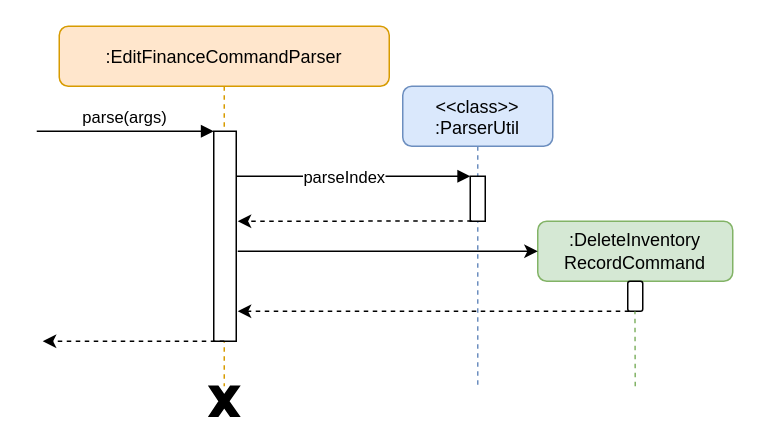
Before: docs/diagrams/logic/DeleteInventoryRecordSequenceDiagram.drawio in nus-cs2103-AY2021S1/tp, a draw.io diagram. Source tidied: cells renumbered, new cells numbered last; positions are measured from the earlier drawing's top-left corner, leaving out a move shared by most shapes. Both pictures are drawn from the tidied source at 150%, with x=0, y=0 at pixel (36, 26).
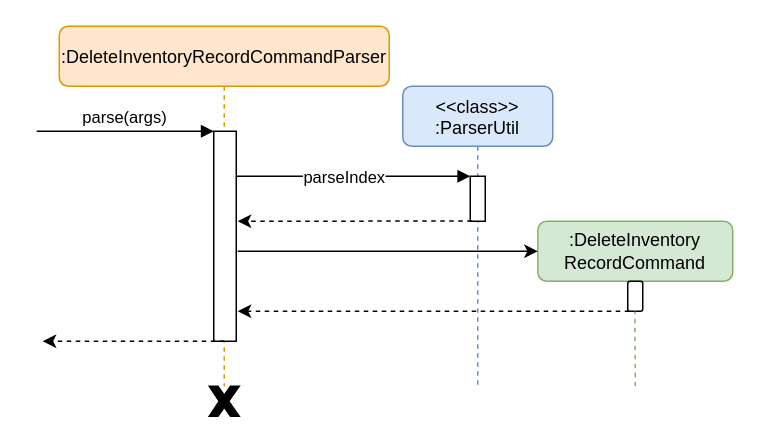
Above is the later version.

What changed in the source:
```diff
@@
-    <mxCell id="2" value=":EditFinanceCommandParser" style="shape=umlLifeline;perimeter=lifelinePerimeter;rounded=1;shadow=0;strokeWidth=1;fillColor=#ffe6cc;strokeColor=#d79b00;" parent="1" vertex="1">
+    <mxCell id="2" value=":DeleteInventoryRecordCommandParser" style="shape=umlLifeline;perimeter=lifelinePerimeter;rounded=1;shadow=0;strokeWidth=1;fillColor=#ffe6cc;strokeColor=#d79b00;" parent="1" vertex="1">
       <mxGeometry x="15" width="220" height="240" as="geometry" />
     </mxCell>
```
